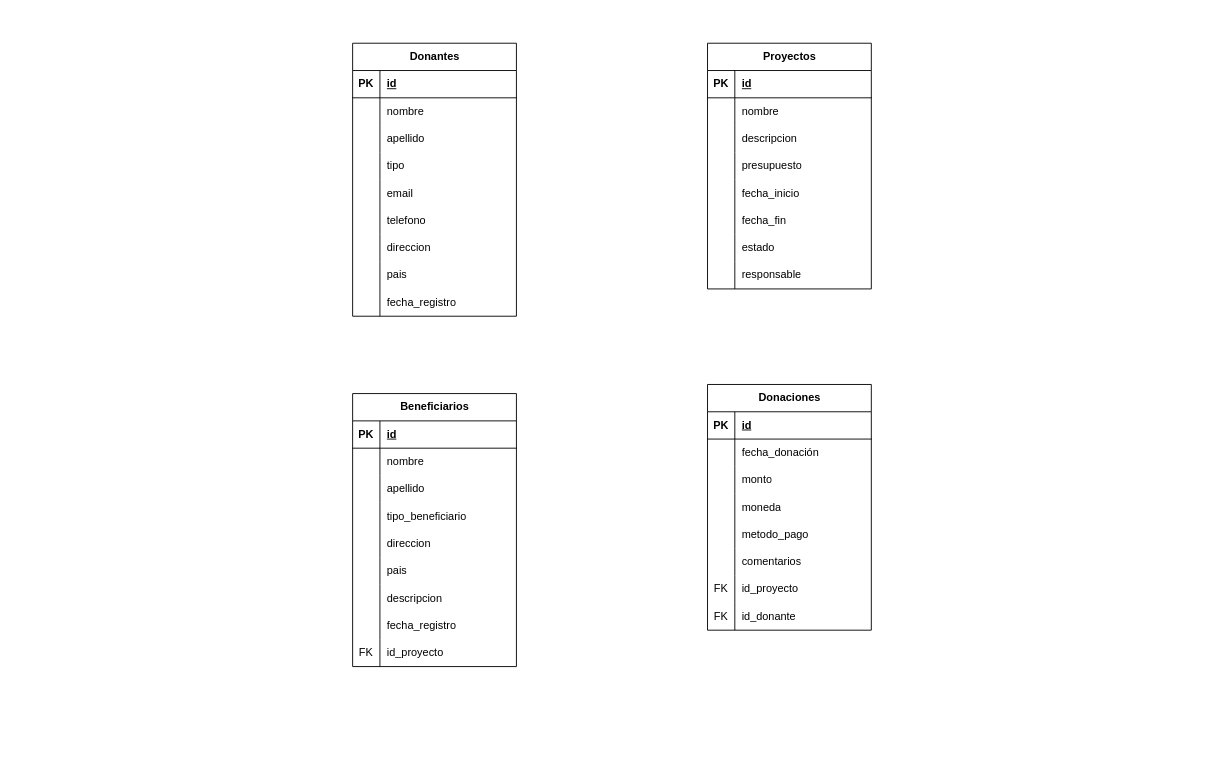
The draw.io diagram ONG .drawio in lmartinez32/Uml-diagrams, before the edit. Source tidied: cells renumbered, new cells numbered last; positions are measured from the earlier drawing's top-left corner, leaving out a move shared by most shapes. Both pictures are drawn from the tidied source at 91%, with x=0, y=0 at pixel (352, 43).
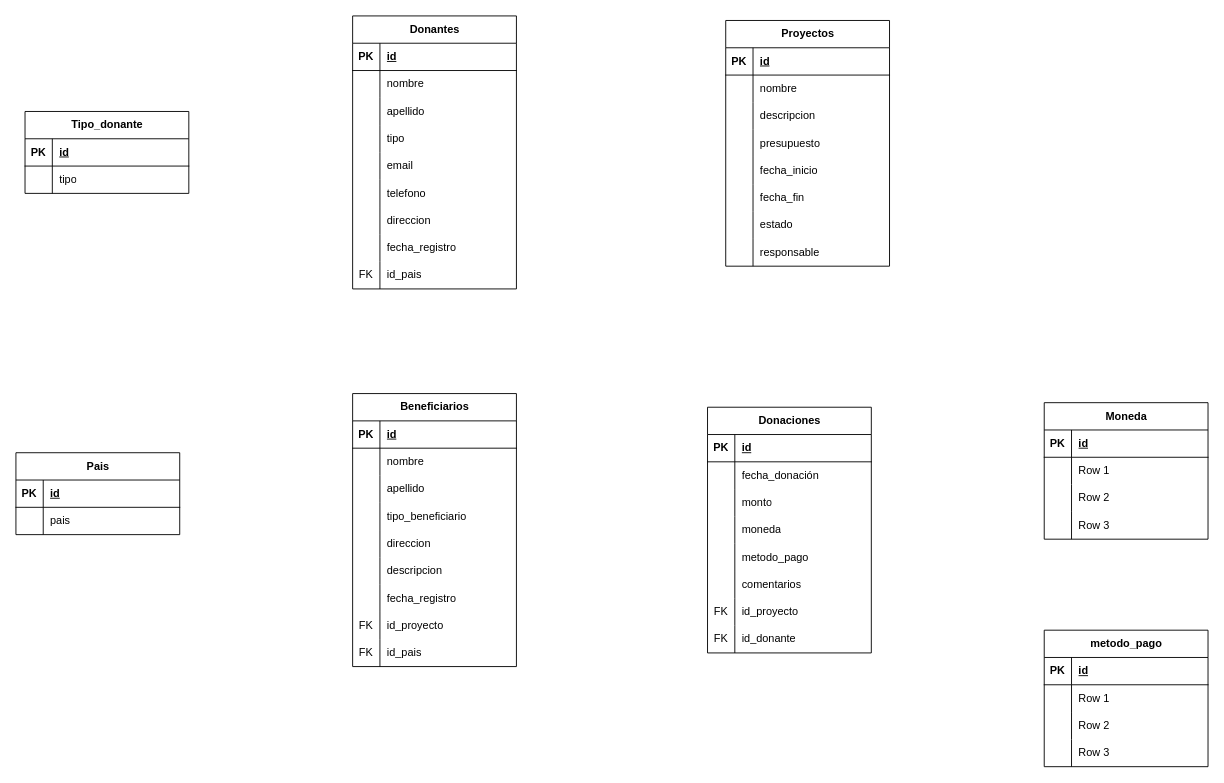
The same diagram, later.

Unchanged cells that the change refers to:
```xml
<mxCell id="55" value="Beneficiarios" style="shape=table;startSize=30;childLayout=tableLayout;rowLines=0;fontStyle=1;align=center;html=1;" parent="1" vertex="1">
  <mxGeometry y="385" width="180" height="300" as="geometry" />
</mxCell>
```

Diff of the diagram source:
```diff
@@
     <mxCell id="2" value="Donantes" style="shape=table;startSize=30;childLayout=tableLayout;rowLines=0;fontStyle=1;align=center;html=1;" parent="1" vertex="1">
-      <mxGeometry width="180" height="300" as="geometry" />
+      <mxGeometry y="-30" width="180" height="300" as="geometry" />
     </mxCell>
@@
-    <mxCell id="24" style="shape=tableRow;horizontal=0;startSize=0;swimlaneHead=0;swimlaneBody=0;fillColor=none;top=0;left=0;right=0;bottom=0;" parent="2" vertex="1">
-      <mxGeometry y="240" width="180" height="30" as="geometry" />
-    </mxCell>
-    <mxCell id="25" style="shape=partialRectangle;fillColor=none;top=0;left=0;bottom=0;right=0;overflow=hidden;whiteSpace=wrap;html=1;" parent="24" vertex="1">
-      <mxGeometry width="30" height="30" as="geometry" />
-    </mxCell>
-    <mxCell id="26" value="pais" style="shape=partialRectangle;fillColor=none;top=0;left=0;bottom=0;right=0;align=left;spacingLeft=6;overflow=hidden;whiteSpace=wrap;html=1;" parent="24" vertex="1">
-      <mxGeometry x="30" width="150" height="30" as="geometry" />
-    </mxCell>
     <mxCell id="27" style="shape=tableRow;horizontal=0;startSize=0;swimlaneHead=0;swimlaneBody=0;fillColor=none;top=0;left=0;right=0;bottom=0;" parent="2" vertex="1">
-      <mxGeometry y="270" width="180" height="30" as="geometry" />
+      <mxGeometry y="240" width="180" height="30" as="geometry" />
     </mxCell>
@@
+    <mxCell id="108" style="shape=tableRow;horizontal=0;startSize=0;swimlaneHead=0;swimlaneBody=0;fillColor=none;top=0;left=0;right=0;bottom=0;" parent="2" vertex="1">
+      <mxGeometry y="270" width="180" height="30" as="geometry" />
+    </mxCell>
+    <mxCell id="109" value="FK" style="shape=partialRectangle;fillColor=none;top=0;left=0;bottom=0;right=0;overflow=hidden;whiteSpace=wrap;html=1;" parent="108" vertex="1">
+      <mxGeometry width="30" height="30" as="geometry" />
+    </mxCell>
+    <mxCell id="110" value="id_pais" style="shape=partialRectangle;fillColor=none;top=0;left=0;bottom=0;right=0;align=left;spacingLeft=6;overflow=hidden;whiteSpace=wrap;html=1;" parent="108" vertex="1">
+      <mxGeometry x="30" width="150" height="30" as="geometry" />
+    </mxCell>
     <mxCell id="30" value="Proyectos" style="shape=table;startSize=30;childLayout=tableLayout;rowLines=0;fontStyle=1;align=center;html=1;" parent="1" vertex="1">
-      <mxGeometry x="390" width="180" height="270" as="geometry" />
+      <mxGeometry x="410" y="-25" width="180" height="270" as="geometry" />
     </mxCell>
@@
-    <mxCell id="71" style="shape=tableRow;horizontal=0;startSize=0;swimlaneHead=0;swimlaneBody=0;fillColor=none;top=0;left=0;right=0;bottom=0;" parent="55" vertex="1">
-      <mxGeometry y="180" width="180" height="30" as="geometry" />
-    </mxCell>
-    <mxCell id="72" style="shape=partialRectangle;fillColor=none;top=0;left=0;bottom=0;right=0;overflow=hidden;whiteSpace=wrap;html=1;" parent="71" vertex="1">
-      <mxGeometry width="30" height="30" as="geometry" />
-    </mxCell>
-    <mxCell id="73" value="pais" style="shape=partialRectangle;fillColor=none;top=0;left=0;bottom=0;right=0;align=left;spacingLeft=6;overflow=hidden;whiteSpace=wrap;html=1;" parent="71" vertex="1">
-      <mxGeometry x="30" width="150" height="30" as="geometry" />
-    </mxCell>
     <mxCell id="74" style="shape=tableRow;horizontal=0;startSize=0;swimlaneHead=0;swimlaneBody=0;fillColor=none;top=0;left=0;right=0;bottom=0;" parent="55" vertex="1">
-      <mxGeometry y="210" width="180" height="30" as="geometry" />
+      <mxGeometry y="180" width="180" height="30" as="geometry" />
     </mxCell>
@@
     <mxCell id="77" style="shape=tableRow;horizontal=0;startSize=0;swimlaneHead=0;swimlaneBody=0;fillColor=none;top=0;left=0;right=0;bottom=0;" parent="55" vertex="1">
-      <mxGeometry y="240" width="180" height="30" as="geometry" />
+      <mxGeometry y="210" width="180" height="30" as="geometry" />
     </mxCell>
@@
     <mxCell id="80" style="shape=tableRow;horizontal=0;startSize=0;swimlaneHead=0;swimlaneBody=0;fillColor=none;top=0;left=0;right=0;bottom=0;" parent="55" vertex="1">
-      <mxGeometry y="270" width="180" height="30" as="geometry" />
+      <mxGeometry y="240" width="180" height="30" as="geometry" />
     </mxCell>
@@
+    <mxCell id="111" style="shape=tableRow;horizontal=0;startSize=0;swimlaneHead=0;swimlaneBody=0;fillColor=none;top=0;left=0;right=0;bottom=0;" parent="55" vertex="1">
+      <mxGeometry y="270" width="180" height="30" as="geometry" />
+    </mxCell>
+    <mxCell id="112" value="FK" style="shape=partialRectangle;fillColor=none;top=0;left=0;bottom=0;right=0;overflow=hidden;whiteSpace=wrap;html=1;" parent="111" vertex="1">
+      <mxGeometry width="30" height="30" as="geometry" />
+    </mxCell>
+    <mxCell id="113" value="id_pais" style="shape=partialRectangle;fillColor=none;top=0;left=0;bottom=0;right=0;align=left;spacingLeft=6;overflow=hidden;whiteSpace=wrap;html=1;" parent="111" vertex="1">
+      <mxGeometry x="30" width="150" height="30" as="geometry" />
+    </mxCell>
     <mxCell id="83" value="Donaciones" style="shape=table;startSize=30;childLayout=tableLayout;rowLines=0;fontStyle=1;align=center;html=1;" parent="1" vertex="1">
-      <mxGeometry x="390" y="375" width="180" height="270" as="geometry" />
+      <mxGeometry x="390" y="400" width="180" height="270" as="geometry" />
     </mxCell>
@@
+    <mxCell id="114" value="Pais" style="shape=table;startSize=30;childLayout=tableLayout;rowLines=0;fontStyle=1;align=center;html=1;" parent="1" vertex="1">
+      <mxGeometry x="-370" y="450" width="180" height="90" as="geometry" />
+    </mxCell>
+    <mxCell id="115" style="shape=tableRow;horizontal=0;startSize=0;swimlaneHead=0;swimlaneBody=0;fillColor=none;top=0;left=0;right=0;bottom=1;" parent="114" vertex="1">
+      <mxGeometry y="30" width="180" height="30" as="geometry" />
+    </mxCell>
+    <mxCell id="116" value="PK" style="shape=partialRectangle;fillColor=none;top=0;left=0;bottom=0;right=0;fontStyle=1;overflow=hidden;whiteSpace=wrap;html=1;" parent="115" vertex="1">
+      <mxGeometry width="30" height="30" as="geometry" />
+    </mxCell>
+    <mxCell id="117" value="id" style="shape=partialRectangle;fillColor=none;top=0;left=0;bottom=0;right=0;align=left;spacingLeft=6;fontStyle=5;overflow=hidden;whiteSpace=wrap;html=1;" parent="115" vertex="1">
+      <mxGeometry x="30" width="150" height="30" as="geometry" />
+    </mxCell>
+    <mxCell id="118" style="shape=tableRow;horizontal=0;startSize=0;swimlaneHead=0;swimlaneBody=0;fillColor=none;top=0;left=0;right=0;bottom=0;" parent="114" vertex="1">
+      <mxGeometry y="60" width="180" height="30" as="geometry" />
+    </mxCell>
+    <mxCell id="119" style="shape=partialRectangle;fillColor=none;top=0;left=0;bottom=0;right=0;overflow=hidden;whiteSpace=wrap;html=1;" parent="118" vertex="1">
+      <mxGeometry width="30" height="30" as="geometry" />
+    </mxCell>
+    <mxCell id="120" value="pais" style="shape=partialRectangle;fillColor=none;top=0;left=0;bottom=0;right=0;align=left;spacingLeft=6;overflow=hidden;whiteSpace=wrap;html=1;" parent="118" vertex="1">
+      <mxGeometry x="30" width="150" height="30" as="geometry" />
+    </mxCell>
+    <mxCell id="121" value="Tipo_donante" style="shape=table;startSize=30;childLayout=tableLayout;rowLines=0;fontStyle=1;align=center;html=1;" parent="1" vertex="1">
+      <mxGeometry x="-360" y="75" width="180" height="90" as="geometry" />
+    </mxCell>
+    <mxCell id="122" style="shape=tableRow;horizontal=0;startSize=0;swimlaneHead=0;swimlaneBody=0;fillColor=none;top=0;left=0;right=0;bottom=1;" parent="121" vertex="1">
+      <mxGeometry y="30" width="180" height="30" as="geometry" />
+    </mxCell>
+    <mxCell id="123" value="PK" style="shape=partialRectangle;fillColor=none;top=0;left=0;bottom=0;right=0;fontStyle=1;overflow=hidden;whiteSpace=wrap;html=1;" parent="122" vertex="1">
+      <mxGeometry width="30" height="30" as="geometry" />
+    </mxCell>
+    <mxCell id="124" value="id" style="shape=partialRectangle;fillColor=none;top=0;left=0;bottom=0;right=0;align=left;spacingLeft=6;fontStyle=5;overflow=hidden;whiteSpace=wrap;html=1;" parent="122" vertex="1">
+      <mxGeometry x="30" width="150" height="30" as="geometry" />
+    </mxCell>
+    <mxCell id="125" style="shape=tableRow;horizontal=0;startSize=0;swimlaneHead=0;swimlaneBody=0;fillColor=none;top=0;left=0;right=0;bottom=0;" parent="121" vertex="1">
+      <mxGeometry y="60" width="180" height="30" as="geometry" />
+    </mxCell>
+    <mxCell id="126" style="shape=partialRectangle;fillColor=none;top=0;left=0;bottom=0;right=0;overflow=hidden;whiteSpace=wrap;html=1;" parent="125" vertex="1">
+      <mxGeometry width="30" height="30" as="geometry" />
+    </mxCell>
+    <mxCell id="127" value="tipo" style="shape=partialRectangle;fillColor=none;top=0;left=0;bottom=0;right=0;align=left;spacingLeft=6;overflow=hidden;whiteSpace=wrap;html=1;" parent="125" vertex="1">
+      <mxGeometry x="30" width="150" height="30" as="geometry" />
+    </mxCell>
+    <mxCell id="128" value="Moneda" style="shape=table;startSize=30;childLayout=tableLayout;rowLines=0;fontStyle=1;align=center;html=1;" parent="1" vertex="1">
+      <mxGeometry x="760" y="395" width="180" height="150" as="geometry" />
+    </mxCell>
+    <mxCell id="129" style="shape=tableRow;horizontal=0;startSize=0;swimlaneHead=0;swimlaneBody=0;fillColor=none;top=0;left=0;right=0;bottom=1;" parent="128" vertex="1">
+      <mxGeometry y="30" width="180" height="30" as="geometry" />
+    </mxCell>
+    <mxCell id="130" value="PK" style="shape=partialRectangle;fillColor=none;top=0;left=0;bottom=0;right=0;fontStyle=1;overflow=hidden;whiteSpace=wrap;html=1;" parent="129" vertex="1">
+      <mxGeometry width="30" height="30" as="geometry" />
+    </mxCell>
+    <mxCell id="131" value="id" style="shape=partialRectangle;fillColor=none;top=0;left=0;bottom=0;right=0;align=left;spacingLeft=6;fontStyle=5;overflow=hidden;whiteSpace=wrap;html=1;" parent="129" vertex="1">
+      <mxGeometry x="30" width="150" height="30" as="geometry" />
+    </mxCell>
+    <mxCell id="132" style="shape=tableRow;horizontal=0;startSize=0;swimlaneHead=0;swimlaneBody=0;fillColor=none;top=0;left=0;right=0;bottom=0;" parent="128" vertex="1">
+      <mxGeometry y="60" width="180" height="30" as="geometry" />
+    </mxCell>
+    <mxCell id="133" style="shape=partialRectangle;fillColor=none;top=0;left=0;bottom=0;right=0;overflow=hidden;whiteSpace=wrap;html=1;" parent="132" vertex="1">
+      <mxGeometry width="30" height="30" as="geometry" />
+    </mxCell>
+    <mxCell id="134" value="Row 1" style="shape=partialRectangle;fillColor=none;top=0;left=0;bottom=0;right=0;align=left;spacingLeft=6;overflow=hidden;whiteSpace=wrap;html=1;" parent="132" vertex="1">
+      <mxGeometry x="30" width="150" height="30" as="geometry" />
+    </mxCell>
+    <mxCell id="135" style="shape=tableRow;horizontal=0;startSize=0;swimlaneHead=0;swimlaneBody=0;fillColor=none;top=0;left=0;right=0;bottom=0;" parent="128" vertex="1">
+      <mxGeometry y="90" width="180" height="30" as="geometry" />
+    </mxCell>
+    <mxCell id="136" style="shape=partialRectangle;fillColor=none;top=0;left=0;bottom=0;right=0;overflow=hidden;whiteSpace=wrap;html=1;" parent="135" vertex="1">
+      <mxGeometry width="30" height="30" as="geometry" />
+    </mxCell>
+    <mxCell id="137" value="Row 2" style="shape=partialRectangle;fillColor=none;top=0;left=0;bottom=0;right=0;align=left;spacingLeft=6;overflow=hidden;whiteSpace=wrap;html=1;" parent="135" vertex="1">
+      <mxGeometry x="30" width="150" height="30" as="geometry" />
+    </mxCell>
+    <mxCell id="138" style="shape=tableRow;horizontal=0;startSize=0;swimlaneHead=0;swimlaneBody=0;fillColor=none;top=0;left=0;right=0;bottom=0;" parent="128" vertex="1">
+      <mxGeometry y="120" width="180" height="30" as="geometry" />
+    </mxCell>
+    <mxCell id="139" style="shape=partialRectangle;fillColor=none;top=0;left=0;bottom=0;right=0;overflow=hidden;whiteSpace=wrap;html=1;" parent="138" vertex="1">
+      <mxGeometry width="30" height="30" as="geometry" />
+    </mxCell>
+    <mxCell id="140" value="Row 3" style="shape=partialRectangle;fillColor=none;top=0;left=0;bottom=0;right=0;align=left;spacingLeft=6;overflow=hidden;whiteSpace=wrap;html=1;" parent="138" vertex="1">
+      <mxGeometry x="30" width="150" height="30" as="geometry" />
+    </mxCell>
+    <mxCell id="141" value="metodo_pago" style="shape=table;startSize=30;childLayout=tableLayout;rowLines=0;fontStyle=1;align=center;html=1;" parent="1" vertex="1">
+      <mxGeometry x="760" y="645" width="180" height="150" as="geometry" />
+    </mxCell>
+    <mxCell id="142" style="shape=tableRow;horizontal=0;startSize=0;swimlaneHead=0;swimlaneBody=0;fillColor=none;top=0;left=0;right=0;bottom=1;" parent="141" vertex="1">
+      <mxGeometry y="30" width="180" height="30" as="geometry" />
+    </mxCell>
+    <mxCell id="143" value="PK" style="shape=partialRectangle;fillColor=none;top=0;left=0;bottom=0;right=0;fontStyle=1;overflow=hidden;whiteSpace=wrap;html=1;" parent="142" vertex="1">
+      <mxGeometry width="30" height="30" as="geometry" />
+    </mxCell>
+    <mxCell id="144" value="id" style="shape=partialRectangle;fillColor=none;top=0;left=0;bottom=0;right=0;align=left;spacingLeft=6;fontStyle=5;overflow=hidden;whiteSpace=wrap;html=1;" parent="142" vertex="1">
+      <mxGeometry x="30" width="150" height="30" as="geometry" />
+    </mxCell>
+    <mxCell id="145" style="shape=tableRow;horizontal=0;startSize=0;swimlaneHead=0;swimlaneBody=0;fillColor=none;top=0;left=0;right=0;bottom=0;" parent="141" vertex="1">
+      <mxGeometry y="60" width="180" height="30" as="geometry" />
+    </mxCell>
+    <mxCell id="146" style="shape=partialRectangle;fillColor=none;top=0;left=0;bottom=0;right=0;overflow=hidden;whiteSpace=wrap;html=1;" parent="145" vertex="1">
+      <mxGeometry width="30" height="30" as="geometry" />
+    </mxCell>
+    <mxCell id="147" value="Row 1" style="shape=partialRectangle;fillColor=none;top=0;left=0;bottom=0;right=0;align=left;spacingLeft=6;overflow=hidden;whiteSpace=wrap;html=1;" parent="145" vertex="1">
+      <mxGeometry x="30" width="150" height="30" as="geometry" />
+    </mxCell>
+    <mxCell id="148" style="shape=tableRow;horizontal=0;startSize=0;swimlaneHead=0;swimlaneBody=0;fillColor=none;top=0;left=0;right=0;bottom=0;" parent="141" vertex="1">
+      <mxGeometry y="90" width="180" height="30" as="geometry" />
+    </mxCell>
+    <mxCell id="149" style="shape=partialRectangle;fillColor=none;top=0;left=0;bottom=0;right=0;overflow=hidden;whiteSpace=wrap;html=1;" parent="148" vertex="1">
+      <mxGeometry width="30" height="30" as="geometry" />
+    </mxCell>
+    <mxCell id="150" value="Row 2" style="shape=partialRectangle;fillColor=none;top=0;left=0;bottom=0;right=0;align=left;spacingLeft=6;overflow=hidden;whiteSpace=wrap;html=1;" parent="148" vertex="1">
+      <mxGeometry x="30" width="150" height="30" as="geometry" />
+    </mxCell>
+    <mxCell id="151" style="shape=tableRow;horizontal=0;startSize=0;swimlaneHead=0;swimlaneBody=0;fillColor=none;top=0;left=0;right=0;bottom=0;" parent="141" vertex="1">
+      <mxGeometry y="120" width="180" height="30" as="geometry" />
+    </mxCell>
+    <mxCell id="152" style="shape=partialRectangle;fillColor=none;top=0;left=0;bottom=0;right=0;overflow=hidden;whiteSpace=wrap;html=1;" parent="151" vertex="1">
+      <mxGeometry width="30" height="30" as="geometry" />
+    </mxCell>
+    <mxCell id="153" value="Row 3" style="shape=partialRectangle;fillColor=none;top=0;left=0;bottom=0;right=0;align=left;spacingLeft=6;overflow=hidden;whiteSpace=wrap;html=1;" parent="151" vertex="1">
+      <mxGeometry x="30" width="150" height="30" as="geometry" />
+    </mxCell>
```
